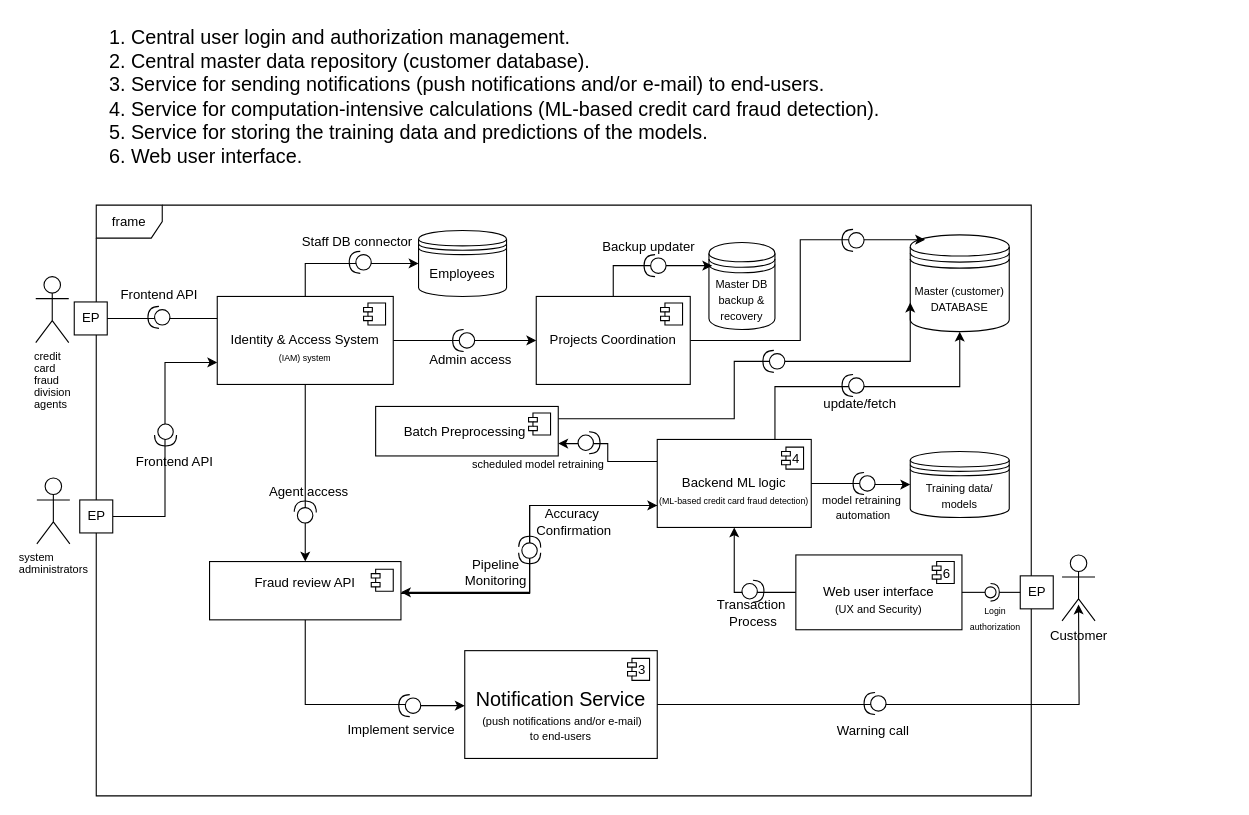
midani-47/midani-47 keeps this draw.io diagram as gifs/Untitled Diagram.drawio. Above is the earlier version. Source tidied: cells renumbered, new cells numbered last; positions are measured from the earlier drawing's top-left corner, leaving out a move shared by most shapes. Both pictures are drawn from the tidied source at 110%, with x=0, y=0 at pixel (35, 19).
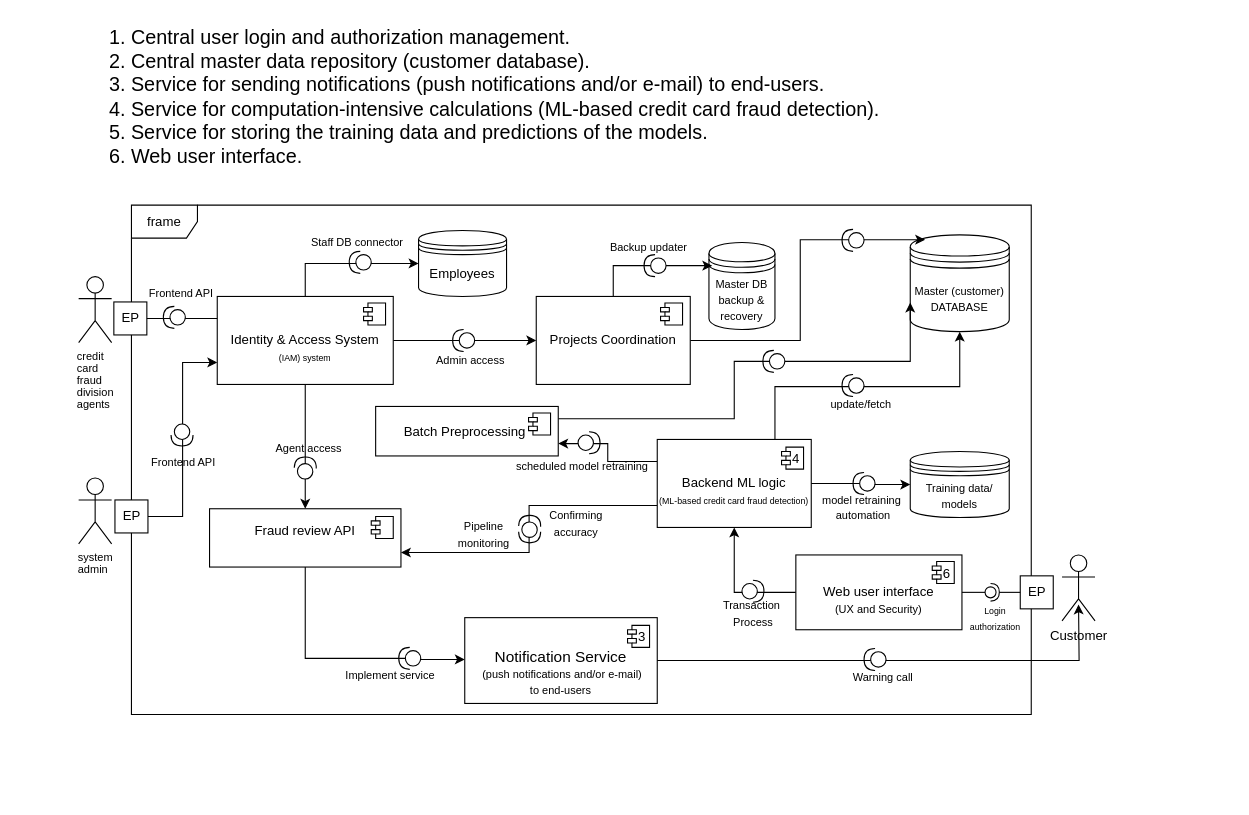
After the change.

The change refers to these unchanged cells:
```xml
<mxCell id="26" value="&lt;div&gt;&lt;br&gt;&lt;/div&gt;Backend ML logic&lt;div&gt;&lt;span style=&quot;text-align: left;&quot;&gt;&lt;font style=&quot;font-size: 8px;&quot;&gt;(ML-based credit card fraud detection)&lt;/font&gt;&lt;/span&gt;&lt;/div&gt;" style="html=1;whiteSpace=wrap;" parent="1" vertex="1">
  <mxGeometry x="565" y="382" width="140" height="80" as="geometry" />
</mxCell>
```

What changed in the source:
```diff
@@
-    <mxCell id="2" value="&lt;p style=&quot;margin: 0px; font-variant-numeric: normal; font-variant-east-asian: normal; font-variant-alternates: normal; font-size-adjust: none; font-kerning: auto; font-optical-sizing: auto; font-feature-settings: normal; font-variation-settings: normal; font-variant-position: normal; font-variant-emoji: normal; font-stretch: normal; font-size: 10px; line-height: normal; text-align: start; text-wrap-mode: wrap;&quot; class=&quot;p1&quot;&gt;&lt;font style=&quot;color: light-dark(rgb(0, 0, 0), rgb(255, 255, 255));&quot;&gt;system administrators&lt;/font&gt;&lt;/p&gt;" style="shape=umlActor;verticalLabelPosition=bottom;verticalAlign=top;html=1;" parent="1" vertex="1">
-      <mxGeometry x="1" y="417" width="30" height="60" as="geometry" />
+    <mxCell id="2" value="&lt;p style=&quot;margin: 0px; font-variant-numeric: normal; font-variant-east-asian: normal; font-variant-alternates: normal; font-size-adjust: none; font-kerning: auto; font-optical-sizing: auto; font-feature-settings: normal; font-variation-settings: normal; font-variant-position: normal; font-variant-emoji: normal; font-stretch: normal; font-size: 10px; line-height: normal; text-align: start; text-wrap-mode: wrap;&quot; class=&quot;p1&quot;&gt;&lt;font style=&quot;color: light-dark(rgb(0, 0, 0), rgb(255, 255, 255));&quot;&gt;system admin&lt;/font&gt;&lt;/p&gt;" style="shape=umlActor;verticalLabelPosition=bottom;verticalAlign=top;html=1;" parent="1" vertex="1">
+      <mxGeometry x="39" y="417" width="30" height="60" as="geometry" />
     </mxCell>
@@
     <mxCell id="4" value="frame" style="shape=umlFrame;whiteSpace=wrap;html=1;" parent="1" vertex="1">
-      <mxGeometry x="55" y="169" width="850" height="537" as="geometry" />
+      <mxGeometry x="87" y="169" width="818" height="463" as="geometry" />
     </mxCell>
-    <mxCell id="5" value="EP" style="html=1;rounded=0;" parent="1" vertex="1">
-      <mxGeometry x="35" y="257" width="30" height="30" as="geometry" />
-    </mxCell>
     <mxCell id="6" style="endArrow=none;html=1;rounded=0;align=center;verticalAlign=top;endFill=0;labelBackgroundColor=none;endSize=2;" parent="1" edge="1">
       <mxGeometry relative="1" as="geometry">
-        <mxPoint x="65" y="272" as="sourcePoint" />
-        <mxPoint x="175" y="272" as="targetPoint" />
+        <mxPoint x="75" y="272" as="sourcePoint" />
+        <mxPoint x="185" y="272" as="targetPoint" />
       </mxGeometry>
     </mxCell>
@@
     <mxCell id="8" value="EP" style="html=1;rounded=0;" parent="1" vertex="1">
-      <mxGeometry x="40" y="437" width="30" height="30" as="geometry" />
+      <mxGeometry x="72" y="437" width="30" height="30" as="geometry" />
     </mxCell>
     <mxCell id="9" value="&lt;p style=&quot;margin: 0px; font-variant-numeric: normal; font-variant-east-asian: normal; font-variant-alternates: normal; font-size-adjust: none; font-kerning: auto; font-optical-sizing: auto; font-feature-settings: normal; font-variation-settings: normal; font-variant-position: normal; font-variant-emoji: normal; font-stretch: normal; font-size: 10px; line-height: normal; text-align: start; text-wrap-mode: wrap;&quot; class=&quot;p1&quot;&gt;&lt;font style=&quot;color: light-dark(rgb(0, 0, 0), rgb(255, 255, 255));&quot;&gt;credit card fraud division agents&lt;/font&gt;&lt;/p&gt;" style="shape=umlActor;verticalLabelPosition=bottom;verticalAlign=top;html=1;" parent="1" vertex="1">
-      <mxGeometry y="234" width="30" height="60" as="geometry" />
+      <mxGeometry x="39" y="234" width="30" height="60" as="geometry" />
     </mxCell>
@@
-    <mxCell id="15" style="edgeStyle=orthogonalEdgeStyle;rounded=0;jettySize=auto;html=1;entryX=0;entryY=0.75;entryDx=0;entryDy=0;" parent="1" edge="1" source="17" target="26">
-      <mxGeometry relative="1" as="geometry">
-        <Array as="points">
-          <mxPoint x="449" y="522" />
-          <mxPoint x="449" y="442" />
-        </Array>
-      </mxGeometry>
-    </mxCell>
-    <mxCell id="16" style="edgeStyle=orthogonalEdgeStyle;rounded=0;jettySize=auto;html=1;exitX=0.5;exitY=1;exitDx=0;exitDy=0;" parent="1" edge="1" source="17">
+    <mxCell id="16" style="edgeStyle=orthogonalEdgeStyle;rounded=0;orthogonalLoop=1;jettySize=auto;html=1;exitX=0.5;exitY=1;exitDx=0;exitDy=0;" parent="1" edge="1">
       <mxGeometry relative="1" as="geometry">
-        <mxPoint x="390" y="624" as="targetPoint" />
+        <mxPoint x="245" y="456" as="sourcePoint" />
+        <mxPoint x="390" y="582" as="targetPoint" />
         <Array as="points">
-          <mxPoint x="245" y="623" />
-          <mxPoint x="347" y="623" />
-          <mxPoint x="347" y="624" />
+          <mxPoint x="245" y="581" />
+          <mxPoint x="347" y="581" />
+          <mxPoint x="347" y="582" />
         </Array>
       </mxGeometry>
     </mxCell>
     <mxCell id="17" value="Fraud review API&lt;div&gt;&lt;br&gt;&lt;/div&gt;" style="html=1;whiteSpace=wrap;" parent="1" vertex="1">
-      <mxGeometry x="158" y="493" width="174" height="53" as="geometry" />
+      <mxGeometry x="158" y="445" width="174" height="53" as="geometry" />
     </mxCell>
@@
     <mxCell id="20" style="shape=providedRequiredInterface;html=1;verticalLabelPosition=bottom;direction=south;rotation=90;" parent="1" vertex="1">
-      <mxGeometry x="102" y="261" width="20" height="20" as="geometry" />
+      <mxGeometry x="116" y="261" width="20" height="20" as="geometry" />
     </mxCell>
     <mxCell id="21" style="shape=providedRequiredInterface;html=1;verticalLabelPosition=bottom;rotation=90;" parent="1" vertex="1">
-      <mxGeometry x="108" y="368" width="20" height="20" as="geometry" />
+      <mxGeometry x="123" y="368" width="20" height="20" as="geometry" />
     </mxCell>
@@
-    <mxCell id="25" style="edgeStyle=orthogonalEdgeStyle;rounded=0;jettySize=auto;html=1;entryX=1;entryY=0.25;entryDx=0;entryDy=0;" parent="1" edge="1" source="26">
-      <mxGeometry relative="1" as="geometry">
-        <mxPoint x="332" y="521" as="targetPoint" />
-        <Array as="points">
-          <mxPoint x="449" y="442" />
-          <mxPoint x="449" y="521" />
-        </Array>
-      </mxGeometry>
-    </mxCell>
+    <mxCell id="79" style="edgeStyle=orthogonalEdgeStyle;rounded=0;jettySize=auto;html=1;entryX=1;entryY=0.75;entryDx=0;entryDy=0;exitX=0;exitY=0.75;exitDx=0;exitDy=0;" parent="1" edge="1" source="26" target="17">
+      <mxGeometry relative="1" as="geometry" />
+    </mxCell>
@@
-    <mxCell id="30" value="&lt;span style=&quot;text-align: left;&quot;&gt;&lt;font style=&quot;&quot;&gt;&lt;font style=&quot;font-size: 18px;&quot;&gt;&lt;br&gt;&lt;/font&gt;&lt;/font&gt;&lt;/span&gt;&lt;div&gt;&lt;span style=&quot;text-align: left;&quot;&gt;&lt;font style=&quot;&quot;&gt;&lt;font style=&quot;font-size: 18px;&quot;&gt;&lt;font style=&quot;&quot;&gt;Notification Service&lt;/font&gt;&lt;br&gt;&lt;/font&gt;&lt;span style=&quot;font-size: 10px;&quot;&gt;&amp;nbsp;(push notifications and/or e-mail) &lt;/span&gt;&lt;br&gt;&lt;span style=&quot;font-size: 10px;&quot;&gt;to end-users&lt;/span&gt;&lt;/font&gt;&lt;/span&gt;&lt;/div&gt;" style="html=1;whiteSpace=wrap;" parent="1" vertex="1">
-      <mxGeometry x="390" y="574" width="175" height="98" as="geometry" />
+    <mxCell id="30" value="&lt;span style=&quot;text-align: left;&quot;&gt;&lt;font style=&quot;&quot;&gt;&lt;font style=&quot;font-size: 18px;&quot;&gt;&lt;br&gt;&lt;/font&gt;&lt;/font&gt;&lt;/span&gt;&lt;div&gt;&lt;span style=&quot;text-align: left;&quot;&gt;&lt;font style=&quot;&quot;&gt;&lt;font style=&quot;font-size: 14px;&quot;&gt;&lt;font style=&quot;&quot;&gt;Notification Service&lt;/font&gt;&lt;br&gt;&lt;/font&gt;&lt;span style=&quot;font-size: 10px;&quot;&gt;&amp;nbsp;(push notifications and/or e-mail) &lt;/span&gt;&lt;br&gt;&lt;span style=&quot;font-size: 10px;&quot;&gt;to end-users&lt;/span&gt;&lt;/font&gt;&lt;/span&gt;&lt;/div&gt;" style="html=1;whiteSpace=wrap;" parent="1" vertex="1">
+      <mxGeometry x="390" y="544" width="175" height="78" as="geometry" />
     </mxCell>
@@
     <mxCell id="34" style="shape=providedRequiredInterface;html=1;verticalLabelPosition=bottom;rotation=-180;" parent="1" vertex="1">
-      <mxGeometry x="330" y="614" width="20" height="20" as="geometry" />
+      <mxGeometry x="330" y="571" width="20" height="20" as="geometry" />
     </mxCell>
@@
     <mxCell id="37" style="shape=providedRequiredInterface;html=1;verticalLabelPosition=bottom;rotation=-88;" parent="1" vertex="1">
-      <mxGeometry x="235" y="438" width="20" height="20" as="geometry" />
+      <mxGeometry x="235" y="398" width="20" height="20" as="geometry" />
     </mxCell>
     <mxCell id="38" style="group;" parent="1" vertex="1">
-      <mxGeometry x="438.7" y="469.7" width="20.7" height="25.3" as="geometry" />
+      <mxGeometry x="438.7" y="450.7" width="20.7" height="25.3" as="geometry" />
     </mxCell>
@@
-    <mxCell id="41" value="Frontend API" style="text;html=1;align=center;verticalAlign=middle;strokeColor=none;fillColor=none;" parent="1" vertex="1">
-      <mxGeometry x="81" y="388" width="90" height="30" as="geometry" />
+    <mxCell id="41" value="&lt;font style=&quot;font-size: 10px;&quot;&gt;Frontend API&lt;/font&gt;" style="text;html=1;align=center;verticalAlign=middle;strokeColor=none;fillColor=none;" parent="1" vertex="1">
+      <mxGeometry x="96" y="390" width="76" height="26" as="geometry" />
     </mxCell>
-    <mxCell id="42" value="Frontend API" style="text;html=1;align=center;verticalAlign=middle;strokeColor=none;fillColor=none;" parent="1" vertex="1">
-      <mxGeometry x="67" y="236" width="90" height="30" as="geometry" />
+    <mxCell id="42" value="&lt;font style=&quot;font-size: 10px;&quot;&gt;Frontend API&lt;/font&gt;" style="text;html=1;align=center;verticalAlign=middle;strokeColor=none;fillColor=none;" parent="1" vertex="1">
+      <mxGeometry x="94" y="236" width="76" height="26" as="geometry" />
     </mxCell>
-    <mxCell id="43" value="Staff DB connector" style="text;html=1;align=center;verticalAlign=middle;strokeColor=none;fillColor=none;" parent="1" vertex="1">
-      <mxGeometry x="232" y="188" width="120" height="30" as="geometry" />
+    <mxCell id="43" value="&lt;font style=&quot;font-size: 10px;&quot;&gt;Staff DB connector&lt;/font&gt;" style="text;html=1;align=center;verticalAlign=middle;strokeColor=none;fillColor=none;" parent="1" vertex="1">
+      <mxGeometry x="241" y="190" width="102" height="26" as="geometry" />
     </mxCell>
-    <mxCell id="44" value="Backup updater" style="text;html=1;align=center;verticalAlign=middle;strokeColor=none;fillColor=none;" parent="1" vertex="1">
-      <mxGeometry x="502" y="192" width="110" height="30" as="geometry" />
+    <mxCell id="44" value="&lt;font style=&quot;font-size: 10px;&quot;&gt;Backup updater&lt;/font&gt;" style="text;html=1;align=center;verticalAlign=middle;strokeColor=none;fillColor=none;" parent="1" vertex="1">
+      <mxGeometry x="513" y="194" width="88" height="26" as="geometry" />
     </mxCell>
@@
-    <mxCell id="49" value="Admin access" style="text;html=1;align=center;verticalAlign=middle;strokeColor=none;fillColor=none;" parent="1" vertex="1">
-      <mxGeometry x="348" y="296.5" width="93" height="26" as="geometry" />
+    <mxCell id="49" value="&lt;font style=&quot;font-size: 10px;&quot;&gt;Admin access&lt;/font&gt;" style="text;html=1;align=center;verticalAlign=middle;strokeColor=none;fillColor=none;" parent="1" vertex="1">
+      <mxGeometry x="355" y="296.5" width="80" height="26" as="geometry" />
     </mxCell>
@@
-    <mxCell id="58" value="Accuracy&amp;nbsp;&lt;div&gt;Confirmation&lt;/div&gt;" style="text;html=1;align=center;verticalAlign=middle;strokeColor=none;fillColor=none;" parent="1" vertex="1">
-      <mxGeometry x="444" y="436.5" width="90" height="40" as="geometry" />
+    <mxCell id="58" value="&lt;font style=&quot;font-size: 10px;&quot;&gt;Confirming&lt;/font&gt;&lt;div&gt;&lt;font style=&quot;font-size: 10px;&quot;&gt;accuracy&lt;/font&gt;&lt;/div&gt;" style="text;html=1;align=center;verticalAlign=middle;strokeColor=none;fillColor=none;" parent="1" vertex="1">
+      <mxGeometry x="453" y="437.5" width="76" height="41" as="geometry" />
     </mxCell>
     <mxCell id="59" value="&lt;font style=&quot;font-size: 10px;&quot;&gt;scheduled model retraining&lt;/font&gt;" style="text;whiteSpace=wrap;html=1;" parent="1" vertex="1">
-      <mxGeometry x="395" y="390" width="125" height="36" as="geometry" />
+      <mxGeometry x="435" y="392" width="125" height="36" as="geometry" />
     </mxCell>
-    <mxCell id="60" value="Pipeline&lt;div&gt;Monitoring&lt;/div&gt;" style="text;html=1;align=center;verticalAlign=middle;strokeColor=none;fillColor=none;" parent="1" vertex="1">
-      <mxGeometry x="381" y="482.5" width="74" height="41" as="geometry" />
+    <mxCell id="60" value="&lt;font style=&quot;font-size: 10px;&quot;&gt;Pipeline&lt;/font&gt;&lt;div&gt;&lt;font style=&quot;font-size: 10px;&quot;&gt;monitoring&lt;/font&gt;&lt;/div&gt;" style="text;html=1;align=center;verticalAlign=middle;strokeColor=none;fillColor=none;" parent="1" vertex="1">
+      <mxGeometry x="370" y="447.5" width="74" height="41" as="geometry" />
     </mxCell>
@@
     <mxCell id="62" style="shape=providedRequiredInterface;html=1;verticalLabelPosition=bottom;rotation=-180;" parent="1" vertex="1">
-      <mxGeometry x="753" y="612" width="20" height="20" as="geometry" />
+      <mxGeometry x="753" y="572" width="20" height="20" as="geometry" />
     </mxCell>
-    <mxCell id="63" value="Warning call" style="text;html=1;align=center;verticalAlign=middle;strokeColor=none;fillColor=none;" parent="1" vertex="1">
-      <mxGeometry x="719" y="633.5" width="84" height="26" as="geometry" />
+    <mxCell id="63" value="&lt;font style=&quot;font-size: 10px;&quot;&gt;Warning call&lt;/font&gt;" style="text;html=1;align=center;verticalAlign=middle;strokeColor=none;fillColor=none;" parent="1" vertex="1">
+      <mxGeometry x="733" y="584.5" width="73" height="26" as="geometry" />
     </mxCell>
@@
-    <mxCell id="71" value="Transaction&amp;nbsp;&lt;div&gt;Process&lt;/div&gt;" style="shape=providedRequiredInterface;html=1;verticalLabelPosition=bottom;" parent="1" vertex="1">
+    <mxCell id="71" value="&lt;font style=&quot;font-size: 10px;&quot;&gt;Transaction&amp;nbsp;&lt;/font&gt;&lt;div&gt;&lt;font style=&quot;font-size: 10px;&quot;&gt;Process&lt;/font&gt;&lt;/div&gt;" style="shape=providedRequiredInterface;html=1;verticalLabelPosition=bottom;" parent="1" vertex="1">
       <mxGeometry x="642" y="510" width="20" height="20" as="geometry" />
     </mxCell>
@@
-    <mxCell id="75" value="update/fetch" style="text;html=1;align=center;verticalAlign=middle;strokeColor=none;fillColor=none;" parent="1" vertex="1">
-      <mxGeometry x="707" y="336.5" width="84" height="26" as="geometry" />
+    <mxCell id="75" value="&lt;font style=&quot;font-size: 10px;&quot;&gt;update/fetch&lt;/font&gt;" style="text;html=1;align=center;verticalAlign=middle;strokeColor=none;fillColor=none;" parent="1" vertex="1">
+      <mxGeometry x="713" y="336.5" width="73" height="26" as="geometry" />
     </mxCell>
-    <mxCell id="76" value="Agent access" style="text;html=1;align=center;verticalAlign=middle;strokeColor=none;fillColor=none;" parent="1" vertex="1">
-      <mxGeometry x="203" y="416.5" width="90" height="26" as="geometry" />
+    <mxCell id="76" value="&lt;font style=&quot;font-size: 10px;&quot;&gt;Agent access&lt;/font&gt;" style="text;html=1;align=center;verticalAlign=middle;strokeColor=none;fillColor=none;" parent="1" vertex="1">
+      <mxGeometry x="203" y="376.5" width="90" height="26" as="geometry" />
     </mxCell>
-    <mxCell id="77" value="Implement service" style="text;html=1;align=center;verticalAlign=middle;strokeColor=none;fillColor=none;" parent="1" vertex="1">
-      <mxGeometry x="274" y="632.5" width="115" height="26" as="geometry" />
+    <mxCell id="77" value="&lt;font style=&quot;font-size: 10px;&quot;&gt;Implement service&lt;/font&gt;" style="text;html=1;align=center;verticalAlign=middle;strokeColor=none;fillColor=none;" parent="1" vertex="1">
+      <mxGeometry x="272" y="582.5" width="99" height="26" as="geometry" />
     </mxCell>
@@
+    <mxCell id="5" value="EP" style="html=1;rounded=0;" parent="1" vertex="1">
+      <mxGeometry x="71" y="257" width="30" height="30" as="geometry" />
+    </mxCell>
```
